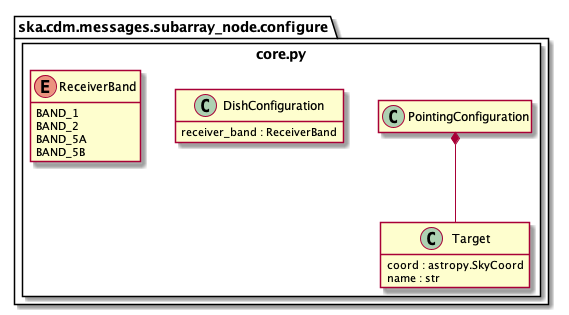
This is docs/src/developer/subarraynode/core.png from ska-telescope/cdm-shared-library, a PlantUML export, as it was before one commit.
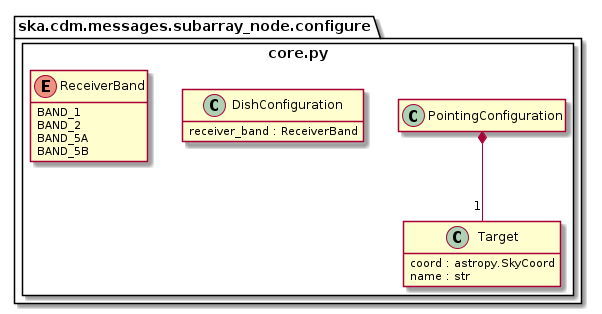
After the commit.

Diff of the diagram source:
```diff
@@ -11,10 +11,10 @@
 		}
 
 		class PointingConfiguration
-		PointingConfiguration *-- Target
+		PointingConfiguration *-- "1" Target
 
 		class DishConfiguration {
-			receiver_band : ReceiverBand
+            receiver_band : ReceiverBand
 		}
 
 		enum ReceiverBand {
```
